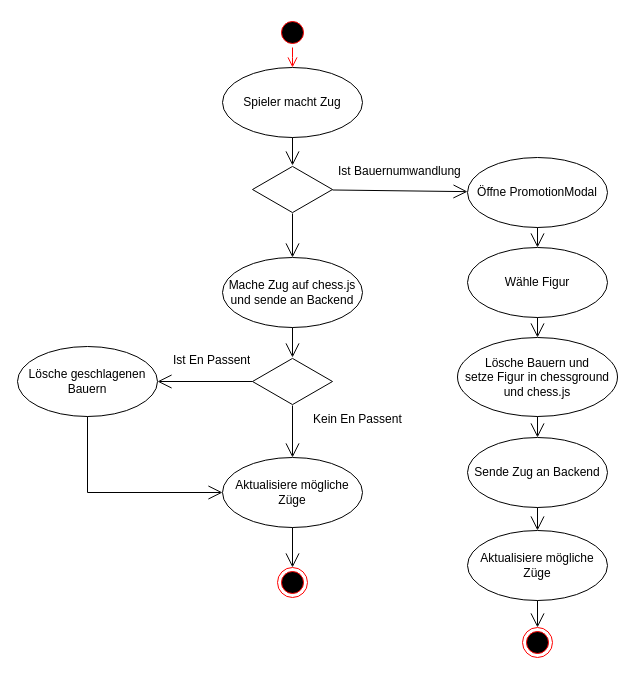
This is Bachelorarbeit/images/Interaktion Schach Zug.drawio from jasperfue/Gambit, a draw.io file, before an edit. Source tidied: cells renumbered, new cells numbered last; positions are measured from the earlier drawing's top-left corner, leaving out a move shared by most shapes. Both pictures are drawn from the tidied source at 100%, with x=0, y=0 at pixel (17, 17).
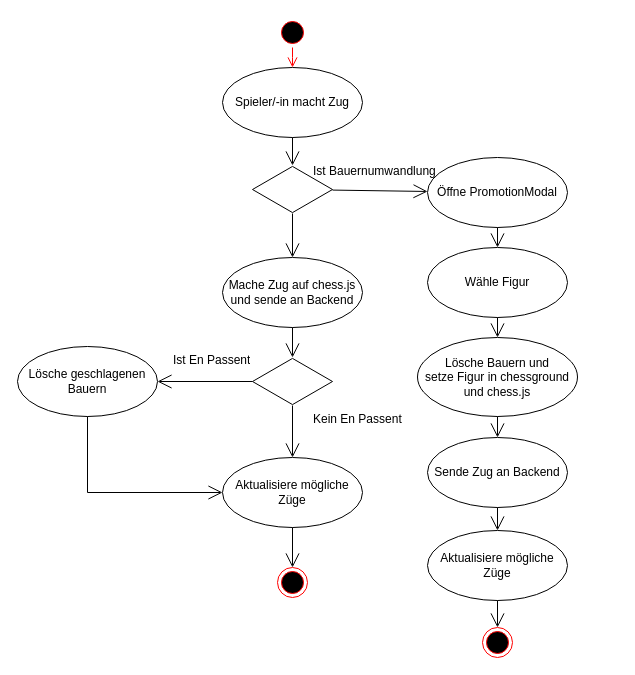
After the change.

Diff of the diagram source:
```diff
@@
-    <mxCell id="4" value="Spieler macht Zug" style="ellipse;whiteSpace=wrap;html=1;" parent="1" vertex="1">
+    <mxCell id="4" value="Spieler/-in macht Zug" style="ellipse;whiteSpace=wrap;html=1;" parent="1" vertex="1">
       <mxGeometry x="205" y="50" width="140" height="70" as="geometry" />
     </mxCell>
@@
     <mxCell id="8" value="Ist Bauernumwandlung" style="text;strokeColor=none;fillColor=none;align=left;verticalAlign=top;spacingLeft=4;spacingRight=4;overflow=hidden;whiteSpace=wrap;html=1;" parent="1" vertex="1">
-      <mxGeometry x="315" y="140" width="160" height="26" as="geometry" />
+      <mxGeometry x="290" y="140" width="160" height="26" as="geometry" />
     </mxCell>
     <mxCell id="9" value="Öffne PromotionModal" style="ellipse;whiteSpace=wrap;html=1;" parent="1" vertex="1">
-      <mxGeometry x="450" y="140" width="140" height="70" as="geometry" />
+      <mxGeometry x="410" y="140" width="140" height="70" as="geometry" />
     </mxCell>
@@
     <mxCell id="19" style="ellipse;html=1;shape=endState;fillColor=#000000;strokeColor=#ff0000;" parent="1" vertex="1">
-      <mxGeometry x="505" y="610" width="30" height="30" as="geometry" />
+      <mxGeometry x="465" y="610" width="30" height="30" as="geometry" />
     </mxCell>
@@
     <mxCell id="22" value="Wähle Figur" style="ellipse;whiteSpace=wrap;html=1;" parent="1" vertex="1">
-      <mxGeometry x="450" y="230" width="140" height="70" as="geometry" />
+      <mxGeometry x="410" y="230" width="140" height="70" as="geometry" />
     </mxCell>
@@
     <mxCell id="24" value="Lösche Bauern und&lt;br&gt;setze Figur in chessground und chess.js" style="ellipse;whiteSpace=wrap;html=1;" parent="1" vertex="1">
-      <mxGeometry x="440" y="320" width="160" height="79" as="geometry" />
+      <mxGeometry x="400" y="320" width="160" height="79" as="geometry" />
     </mxCell>
@@
     <mxCell id="26" value="Sende Zug an Backend" style="ellipse;whiteSpace=wrap;html=1;" parent="1" vertex="1">
-      <mxGeometry x="450" y="420" width="140" height="70" as="geometry" />
+      <mxGeometry x="410" y="420" width="140" height="70" as="geometry" />
     </mxCell>
@@
     <mxCell id="29" value="Aktualisiere mögliche Züge" style="ellipse;whiteSpace=wrap;html=1;" parent="1" vertex="1">
-      <mxGeometry x="450" y="513" width="140" height="70" as="geometry" />
+      <mxGeometry x="410" y="513" width="140" height="70" as="geometry" />
     </mxCell>
```
